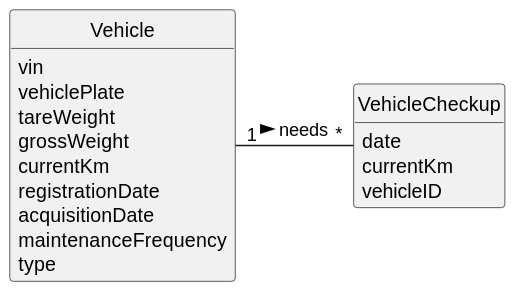
Before: docs/sprintB/us007/02.analysis/svg/us007-domain-model.svg, a diagram exported from PlantUML (ricardomm7/leaflink).
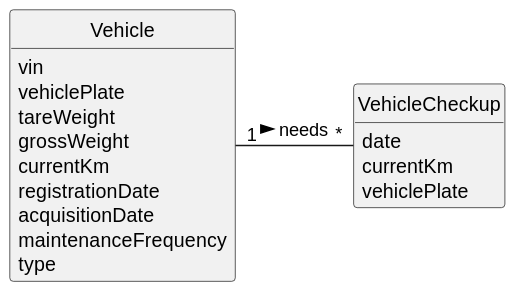
After the commit.

Change to the diagram source:
```diff
@@ -13,7 +13,7 @@
 class VehicleCheckup {
     date
     currentKm
-    vehicleID
+    vehiclePlate
 }
 
 class Vehicle{
```
